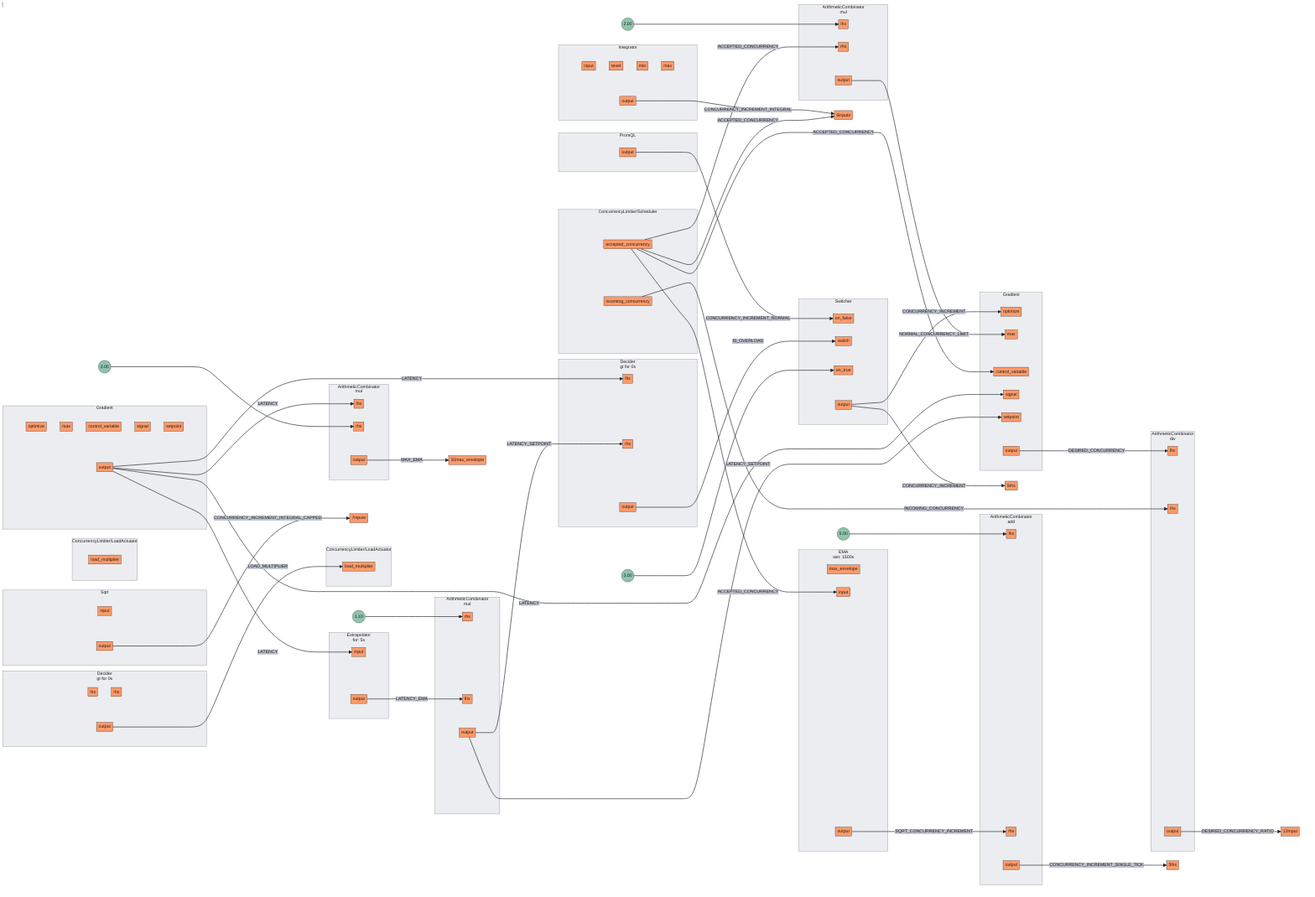
The Mermaid diagram docs/content/tutorials/flow-control/assets/workload-prioritization/workload-prioritization.mmd.png in fluxninja/aperture, before a commit. Its source is kept beside it as docs/content/tutorials/flow-control/assets/workload-prioritization/workload-prioritization.mmd.
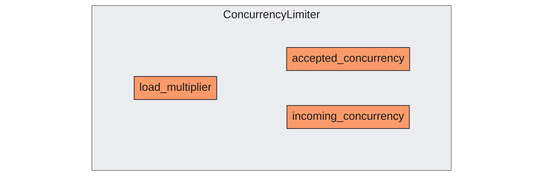
The same file after the commit.

What changed in the source:
```diff
@@ -1,222 +1,12 @@
 flowchart LR
-subgraph 0[<center>ArithmeticCombinator<br/>mul</center>]
-subgraph 0_inports[ ]
-style 0_inports fill:none,stroke:none
-0lhs[lhs]
-0rhs[rhs]
+subgraph root.11[ConcurrencyLimiter]
+subgraph root.11_inports[ ]
+style root.11_inports fill:none,stroke:none
+root.11load_multiplier[load_multiplier]
 end
-subgraph 0_outports[ ]
-style 0_outports fill:none,stroke:none
-0output[output]
+subgraph root.11_outports[ ]
+style root.11_outports fill:none,stroke:none
+root.11accepted_concurrency[accepted_concurrency]
+root.11incoming_concurrency[incoming_concurrency]
 end
 end
-FakeConstant0((2.00))
-FakeConstant0 --> 0rhs
-subgraph 1[<center>ArithmeticCombinator<br/>mul</center>]
-subgraph 1_inports[ ]
-style 1_inports fill:none,stroke:none
-1rhs[rhs]
-1lhs[lhs]
-end
-subgraph 1_outports[ ]
-style 1_outports fill:none,stroke:none
-1output[output]
-end
-end
-FakeConstant1((1.10))
-FakeConstant1 --> 1rhs
-subgraph 2[<center>ArithmeticCombinator<br/>div</center>]
-subgraph 2_inports[ ]
-style 2_inports fill:none,stroke:none
-2lhs[lhs]
-2rhs[rhs]
-end
-subgraph 2_outports[ ]
-style 2_outports fill:none,stroke:none
-2output[output]
-end
-end
-subgraph 3[<center>ArithmeticCombinator<br/>mul</center>]
-subgraph 3_inports[ ]
-style 3_inports fill:none,stroke:none
-3lhs[lhs]
-3rhs[rhs]
-end
-subgraph 3_outports[ ]
-style 3_outports fill:none,stroke:none
-3output[output]
-end
-end
-FakeConstant2((2.00))
-FakeConstant2 --> 3lhs
-subgraph 4[<center>ArithmeticCombinator<br/>add</center>]
-subgraph 4_inports[ ]
-style 4_inports fill:none,stroke:none
-4lhs[lhs]
-4rhs[rhs]
-end
-subgraph 4_outports[ ]
-style 4_outports fill:none,stroke:none
-4output[output]
-end
-end
-FakeConstant3((5.00))
-FakeConstant3 --> 4lhs
-subgraph 5[Integrator]
-subgraph 5_inports[ ]
-style 5_inports fill:none,stroke:none
-5input[input]
-5reset[reset]
-5min[min]
-5max[max]
-end
-subgraph 5_outports[ ]
-style 5_outports fill:none,stroke:none
-5output[output]
-end
-end
-subgraph 6[Sqrt]
-subgraph 6_inports[ ]
-style 6_inports fill:none,stroke:none
-6input[input]
-end
-subgraph 6_outports[ ]
-style 6_outports fill:none,stroke:none
-6output[output]
-end
-end
-subgraph 7[PromQL]
-subgraph 7_outports[ ]
-style 7_outports fill:none,stroke:none
-7output[output]
-end
-end
-subgraph 8[<center>EMA<br/>win: 1500s</center>]
-subgraph 8_inports[ ]
-style 8_inports fill:none,stroke:none
-8max_envelope[max_envelope]
-8input[input]
-end
-subgraph 8_outports[ ]
-style 8_outports fill:none,stroke:none
-8output[output]
-end
-end
-subgraph 9[Gradient]
-subgraph 9_inports[ ]
-style 9_inports fill:none,stroke:none
-9optimize[optimize]
-9max[max]
-9control_variable[control_variable]
-9signal[signal]
-9setpoint[setpoint]
-end
-subgraph 9_outports[ ]
-style 9_outports fill:none,stroke:none
-9output[output]
-end
-end
-subgraph 10[<center>Extrapolator<br/>for: 5s</center>]
-subgraph 10_inports[ ]
-style 10_inports fill:none,stroke:none
-10input[input]
-end
-subgraph 10_outports[ ]
-style 10_outports fill:none,stroke:none
-10output[output]
-end
-end
-subgraph 11[Gradient]
-subgraph 11_inports[ ]
-style 11_inports fill:none,stroke:none
-11optimize[optimize]
-11max[max]
-11control_variable[control_variable]
-11signal[signal]
-11setpoint[setpoint]
-end
-subgraph 11_outports[ ]
-style 11_outports fill:none,stroke:none
-11output[output]
-end
-end
-subgraph 11.LoadActuator[ConcurrencyLimiter/LoadActuator]
-subgraph 11.LoadActuator_inports[ ]
-style 11.LoadActuator_inports fill:none,stroke:none
-11.LoadActuatorload_multiplier[load_multiplier]
-end
-end
-subgraph 12[<center>Decider<br/>gt for 0s</center>]
-subgraph 12_inports[ ]
-style 12_inports fill:none,stroke:none
-12lhs[lhs]
-12rhs[rhs]
-end
-subgraph 12_outports[ ]
-style 12_outports fill:none,stroke:none
-12output[output]
-end
-end
-subgraph 13.Scheduler[ConcurrencyLimiter/Scheduler]
-subgraph 13.Scheduler_outports[ ]
-style 13.Scheduler_outports fill:none,stroke:none
-13.Scheduleraccepted_concurrency[accepted_concurrency]
-13.Schedulerincoming_concurrency[incoming_concurrency]
-end
-end
-subgraph 13.LoadActuator[ConcurrencyLimiter/LoadActuator]
-subgraph 13.LoadActuator_inports[ ]
-style 13.LoadActuator_inports fill:none,stroke:none
-13.LoadActuatorload_multiplier[load_multiplier]
-end
-end
-subgraph 15[Switcher]
-subgraph 15_inports[ ]
-style 15_inports fill:none,stroke:none
-15on_false[on_false]
-15switch[switch]
-15on_true[on_true]
-end
-subgraph 15_outports[ ]
-style 15_outports fill:none,stroke:none
-15output[output]
-end
-end
-FakeConstant5((0.00))
-FakeConstant5 --> 15on_true
-subgraph 14[<center>Decider<br/>gt for 0s</center>]
-subgraph 14_inports[ ]
-style 14_inports fill:none,stroke:none
-14lhs[lhs]
-14rhs[rhs]
-end
-subgraph 14_outports[ ]
-style 14_outports fill:none,stroke:none
-14output[output]
-end
-end
-7output --> |CONCURRENCY_INCREMENT_NORMAL| 15on_false
-1output --> |LATENCY_SETPOINT| 11setpoint
-1output --> |LATENCY_SETPOINT| 14rhs
-4output --> |CONCURRENCY_INCREMENT_SINGLE_TICK| 5lhs
-10output --> |LATENCY_EMA| 1lhs
-13.Scheduleraccepted_concurrency --> |ACCEPTED_CONCURRENCY| 3rhs
-13.Scheduleraccepted_concurrency --> |ACCEPTED_CONCURRENCY| 6inputs
-13.Scheduleraccepted_concurrency --> |ACCEPTED_CONCURRENCY| 8input
-13.Scheduleraccepted_concurrency --> |ACCEPTED_CONCURRENCY| 11control_variable
-2output --> |DESIRED_CONCURRENCY_RATIO| 12input
-6output --> |CONCURRENCY_INCREMENT_INTEGRAL_CAPPED| 7inputs
-5output --> |CONCURRENCY_INCREMENT_INTEGRAL| 6inputs
-8output --> |SQRT_CONCURRENCY_INCREMENT| 4rhs
-11output --> |DESIRED_CONCURRENCY| 2lhs
-15output --> |CONCURRENCY_INCREMENT| 5rhs
-15output --> |CONCURRENCY_INCREMENT| 11optimize
-0output --> |MAX_EMA| 10max_envelope
-3output --> |NORMAL_CONCURRENCY_LIMIT| 11max
-13.Schedulerincoming_concurrency --> |INCOMING_CONCURRENCY| 2rhs
-14output --> |IS_OVERLOAD| 15switch
-9output --> |LATENCY| 0lhs
-9output --> |LATENCY| 10input
-9output --> |LATENCY| 11signal
-9output --> |LATENCY| 14lhs
-12output --> |LOAD_MULTIPLIER| 13.LoadActuatorload_multiplier
```
